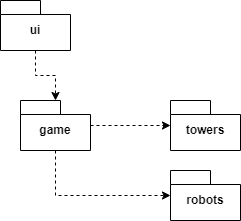
The draw.io diagram robot-tower-defence-2/dokumentaatio/assets/pakkauskaavio.png in 3nd3r1/robot-invasion-defence-2, before a commit. Source tidied: cells renumbered, new cells last; positions are measured from the earlier drawing's top-left corner, leaving out a move shared by most shapes. Source of this version:
```xml
<mxGraphModel>
  <root>
    <mxCell id="0" />
    <mxCell id="1" parent="0" />
    <mxCell id="2" style="edgeStyle=orthogonalEdgeStyle;rounded=0;jettySize=auto;html=1;dashed=1;" parent="1" edge="1" source="5" target="6">
      <mxGeometry relative="1" as="geometry" />
    </mxCell>
    <mxCell id="3" style="edgeStyle=orthogonalEdgeStyle;rounded=0;jettySize=auto;html=1;dashed=1;" parent="1" edge="1" source="5" target="7">
      <mxGeometry relative="1" as="geometry">
        <Array as="points">
          <mxPoint x="55" y="195" />
        </Array>
      </mxGeometry>
    </mxCell>
    <mxCell id="4" style="edgeStyle=orthogonalEdgeStyle;rounded=0;jettySize=auto;html=1;dashed=1;" parent="1" edge="1" source="8" target="5">
      <mxGeometry relative="1" as="geometry" />
    </mxCell>
    <mxCell id="5" value="game" style="shape=folder;fontStyle=1;spacingTop=10;tabWidth=40;tabHeight=14;tabPosition=left;html=1;whiteSpace=wrap;" parent="1" vertex="1">
      <mxGeometry x="20" y="100" width="70" height="50" as="geometry" />
    </mxCell>
    <mxCell id="6" value="towers" style="shape=folder;fontStyle=1;spacingTop=10;tabWidth=40;tabHeight=14;tabPosition=left;html=1;whiteSpace=wrap;" parent="1" vertex="1">
      <mxGeometry x="170" y="100" width="70" height="50" as="geometry" />
    </mxCell>
    <mxCell id="7" value="robots" style="shape=folder;fontStyle=1;spacingTop=10;tabWidth=40;tabHeight=14;tabPosition=left;html=1;whiteSpace=wrap;" parent="1" vertex="1">
      <mxGeometry x="170" y="170" width="70" height="50" as="geometry" />
    </mxCell>
    <mxCell id="8" value="ui" style="shape=folder;fontStyle=1;spacingTop=10;tabWidth=40;tabHeight=14;tabPosition=left;html=1;whiteSpace=wrap;" parent="1" vertex="1">
      <mxGeometry width="70" height="50" as="geometry" />
    </mxCell>
  </root>
</mxGraphModel>
```
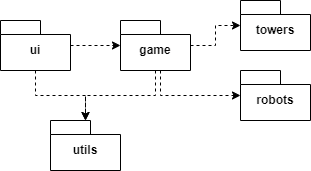
The same diagram one commit later.

Commit message:
Viikko 8 - Harjoitustyötä # Arkkitehtuurikuvausta

Diff of the diagram source:
```diff
@@ -8,24 +8,33 @@
     <mxCell id="3" style="edgeStyle=orthogonalEdgeStyle;rounded=0;jettySize=auto;html=1;dashed=1;" parent="1" edge="1" source="5" target="7">
       <mxGeometry relative="1" as="geometry">
         <Array as="points">
-          <mxPoint x="55" y="195" />
+          <mxPoint x="130" y="105" />
         </Array>
       </mxGeometry>
     </mxCell>
     <mxCell id="4" style="edgeStyle=orthogonalEdgeStyle;rounded=0;jettySize=auto;html=1;dashed=1;" parent="1" edge="1" source="8" target="5">
       <mxGeometry relative="1" as="geometry" />
     </mxCell>
+    <mxCell id="9" style="edgeStyle=orthogonalEdgeStyle;rounded=0;jettySize=auto;html=1;dashed=1;" parent="1" edge="1" source="5" target="11">
+      <mxGeometry relative="1" as="geometry" />
+    </mxCell>
     <mxCell id="5" value="game" style="shape=folder;fontStyle=1;spacingTop=10;tabWidth=40;tabHeight=14;tabPosition=left;html=1;whiteSpace=wrap;" parent="1" vertex="1">
-      <mxGeometry x="20" y="100" width="70" height="50" as="geometry" />
+      <mxGeometry x="90" y="30" width="70" height="50" as="geometry" />
     </mxCell>
     <mxCell id="6" value="towers" style="shape=folder;fontStyle=1;spacingTop=10;tabWidth=40;tabHeight=14;tabPosition=left;html=1;whiteSpace=wrap;" parent="1" vertex="1">
-      <mxGeometry x="170" y="100" width="70" height="50" as="geometry" />
+      <mxGeometry x="210" y="10" width="70" height="50" as="geometry" />
     </mxCell>
     <mxCell id="7" value="robots" style="shape=folder;fontStyle=1;spacingTop=10;tabWidth=40;tabHeight=14;tabPosition=left;html=1;whiteSpace=wrap;" parent="1" vertex="1">
-      <mxGeometry x="170" y="170" width="70" height="50" as="geometry" />
+      <mxGeometry x="210" y="80" width="70" height="50" as="geometry" />
     </mxCell>
+    <mxCell id="10" style="edgeStyle=orthogonalEdgeStyle;rounded=0;jettySize=auto;html=1;dashed=1;" parent="1" edge="1" source="8" target="11">
+      <mxGeometry relative="1" as="geometry" />
+    </mxCell>
     <mxCell id="8" value="ui" style="shape=folder;fontStyle=1;spacingTop=10;tabWidth=40;tabHeight=14;tabPosition=left;html=1;whiteSpace=wrap;" parent="1" vertex="1">
-      <mxGeometry width="70" height="50" as="geometry" />
+      <mxGeometry x="-30" y="30" width="70" height="50" as="geometry" />
     </mxCell>
+    <mxCell id="11" value="utils" style="shape=folder;fontStyle=1;spacingTop=10;tabWidth=40;tabHeight=14;tabPosition=left;html=1;whiteSpace=wrap;" parent="1" vertex="1">
+      <mxGeometry x="20" y="130" width="70" height="50" as="geometry" />
+    </mxCell>
   </root>
 </mxGraphModel>
```
